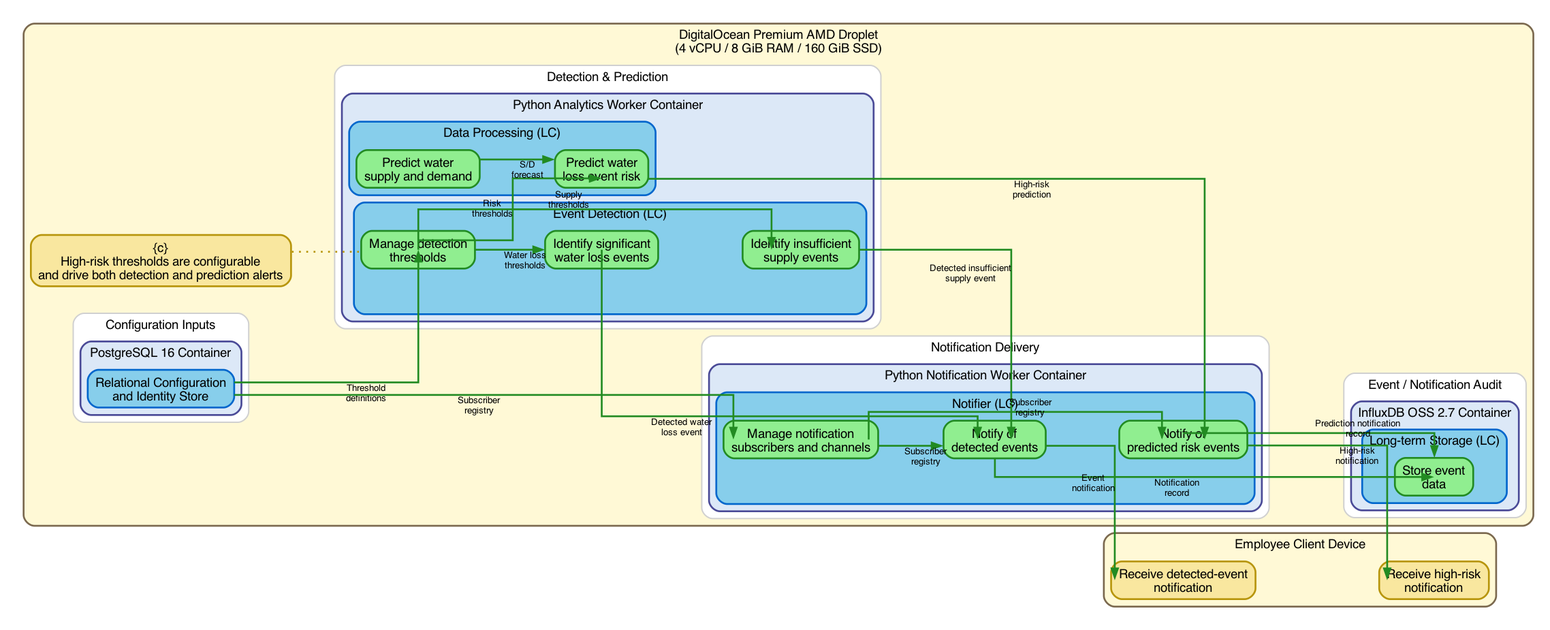
Before: se/PA/scenario_notify_events_and_risks.graphviz.png, a diagram exported from Graphviz (DeltaLabo/ASADA_Paso_Ancho). Its source is kept beside it as se/PA/scenario_notify_events_and_risks.dot.
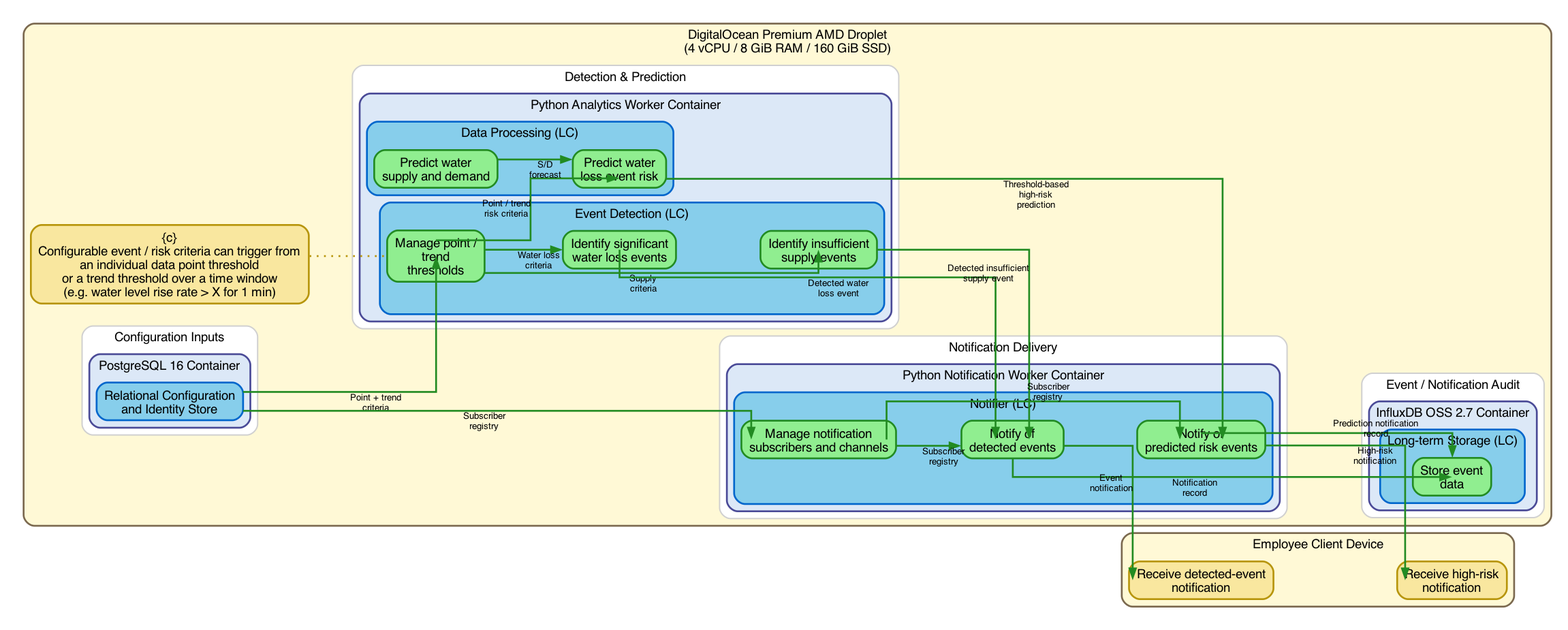
The same diagram one commit later.

Diff of the diagram source:
```diff
@@ -75,7 +75,7 @@
           style="rounded,filled";
           fillcolor="#87CEEB";
 
-          LF_ED_CONF [label="Manage detection\nthresholds", fillcolor="#90EE90", color="#228B22"];
+          LF_ED_CONF [label="Manage point /\ntrend\nthresholds", fillcolor="#90EE90", color="#228B22"];
           LF_ED3 [label="Identify significant\nwater loss events", fillcolor="#90EE90", color="#228B22"];
           LF_ED4 [label="Identify insufficient\nsupply events", fillcolor="#90EE90", color="#228B22"];
         }
@@ -158,7 +158,7 @@
       }
     }
 
-    threshold_c [label="{c}\nHigh-risk thresholds are configurable\nand drive both detection and prediction alerts", fillcolor="#F9E79F", color="#B7950B"];
+    threshold_c [label="{c}\nConfigurable event / risk criteria can trigger from\nan individual data point threshold\nor a trend threshold over a time window\n(e.g. water level rise rate > X for 1 min)", fillcolor="#F9E79F", color="#B7950B"];
   }
 
   subgraph cluster_employee_device {
@@ -174,15 +174,15 @@
     F_RECEIVE_EVENT -> F_RECEIVE_RISK [style=invis, weight=15];
   }
 
-  lc_rel_config:e -> LF_ED_CONF:w [xlabel="Threshold\ndefinitions"];
+  lc_rel_config:e -> LF_ED_CONF:w [xlabel="Point + trend\ncriteria"];
   lc_rel_config:e -> LF_N_SUB:w [xlabel="Subscriber\nregistry"];
-  LF_ED_CONF:e -> LF_ED3:w [xlabel="Water loss\nthresholds"];
-  LF_ED_CONF:e -> LF_ED4:w [xlabel="Supply\nthresholds"];
-  LF_ED_CONF:s -> LF_DP3:n [xlabel="Risk\nthresholds"];
+  LF_ED_CONF:e -> LF_ED3:w [xlabel="Water loss\ncriteria"];
+  LF_ED_CONF:e -> LF_ED4:w [xlabel="Supply\ncriteria"];
+  LF_ED_CONF:s -> LF_DP3:n [xlabel="Point / trend\nrisk criteria"];
   LF_DP1:e -> LF_DP3:w [xlabel="S/D\nforecast"];
   LF_ED3:e -> LF_N_EV:w [xlabel="Detected water\nloss event"];
   LF_ED4:e -> LF_N_EV:w [xlabel="Detected insufficient\nsupply event"];
-  LF_DP3:e -> LF_N_PRED:w [xlabel="High-risk\nprediction"];
+  LF_DP3:e -> LF_N_PRED:w [xlabel="Threshold-based\nhigh-risk\nprediction"];
   LF_N_SUB:e -> LF_N_EV:w [xlabel="Subscriber\nregistry"];
   LF_N_SUB:e -> LF_N_PRED:w [xlabel="Subscriber\nregistry"];
   LF_N_EV:e -> F_RECEIVE_EVENT:w [xlabel="Event\nnotification"];
```
